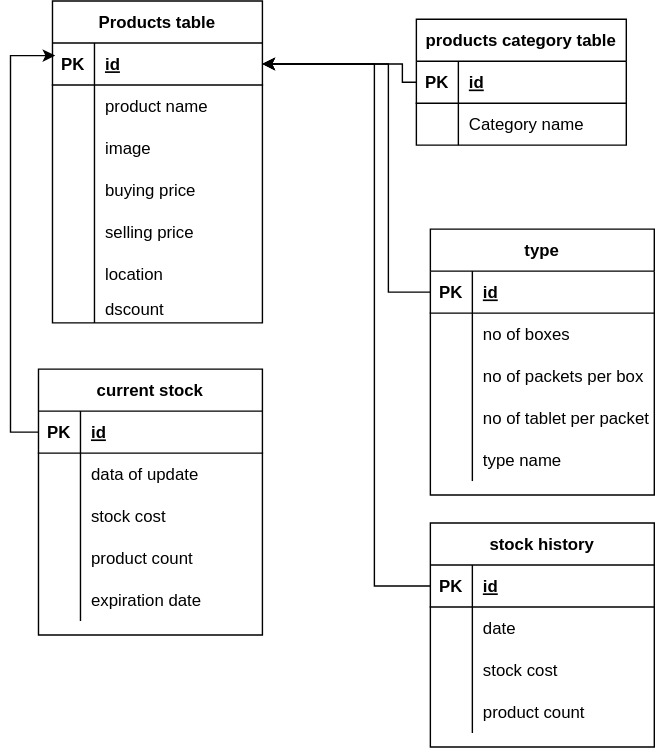
This is database-diagram/chemsalesDatabase.drawio.svg from Red-stevo/ChemistSystsemBackend, a draw.io export, as it was before one commit. Source tidied: cells renumbered, new cells last; positions are measured from the earlier drawing's top-left corner, leaving out a move shared by most shapes.
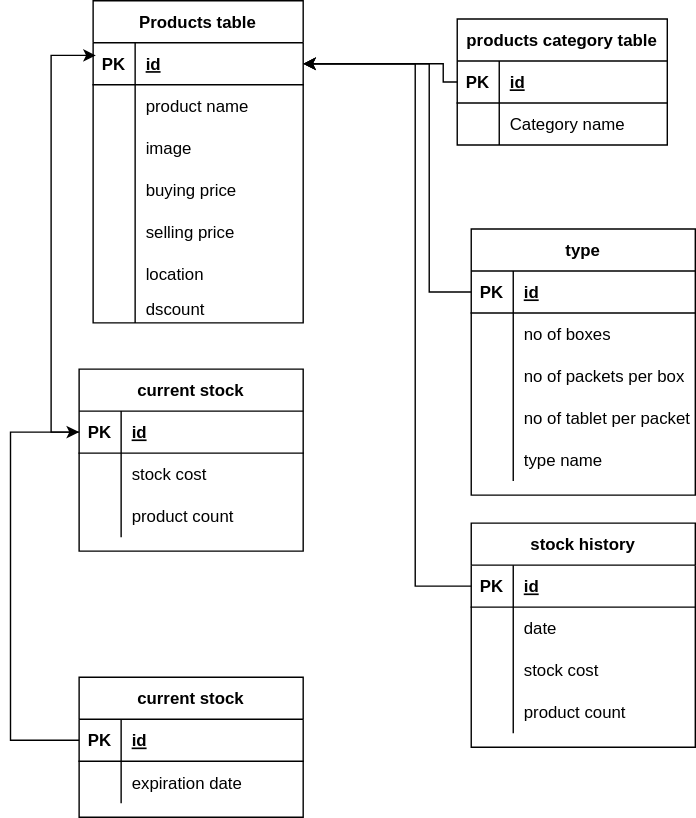
The same file after the commit.

What changed in the source:
```diff
@@ -154,7 +154,7 @@
       </mxGeometry>
     </mxCell>
     <mxCell id="49" value="current stock" style="shape=table;startSize=30;rowLines=0;fontStyle=1;align=center;" parent="1" vertex="1">
-      <mxGeometry y="263" width="160" height="190" as="geometry" />
+      <mxGeometry y="263" width="160" height="130" as="geometry" />
     </mxCell>
     <mxCell id="50" style="shape=partialRectangle;fillColor=none;points=[[0,0.5],[1,0.5]];portConstraint=eastwest;top=0;left=0;right=0;bottom=1;" parent="49" vertex="1">
       <mxGeometry y="30" width="160" height="30" as="geometry" />
@@ -165,17 +165,8 @@
     <mxCell id="52" value="id" style="shape=partialRectangle;overflow=hidden;fillColor=none;top=0;left=0;bottom=0;right=0;align=left;spacingLeft=6;fontStyle=5;" parent="50" vertex="1">
       <mxGeometry x="30" width="130" height="30" as="geometry" />
     </mxCell>
-    <mxCell id="53" style="shape=partialRectangle;fillColor=none;top=0;left=0;right=0;bottom=0;" parent="49" vertex="1">
-      <mxGeometry y="60" width="160" height="30" as="geometry" />
-    </mxCell>
-    <mxCell id="54" style="shape=partialRectangle;overflow=hidden;fillColor=none;top=0;left=0;bottom=0;right=0;" parent="53" vertex="1">
-      <mxGeometry width="30" height="30" as="geometry" />
-    </mxCell>
-    <mxCell id="55" value="data of update" style="shape=partialRectangle;overflow=hidden;fillColor=none;top=0;left=0;bottom=0;right=0;align=left;spacingLeft=6;" parent="53" vertex="1">
-      <mxGeometry x="30" width="130" height="30" as="geometry" />
-    </mxCell>
     <mxCell id="56" style="shape=partialRectangle;fillColor=none;top=0;left=0;right=0;bottom=0;" parent="49" vertex="1">
-      <mxGeometry y="90" width="160" height="30" as="geometry" />
+      <mxGeometry y="60" width="160" height="30" as="geometry" />
     </mxCell>
     <mxCell id="57" style="shape=partialRectangle;overflow=hidden;fillColor=none;top=0;left=0;bottom=0;right=0;" parent="56" vertex="1">
       <mxGeometry width="30" height="30" as="geometry" />
@@ -184,7 +175,7 @@
       <mxGeometry x="30" width="130" height="30" as="geometry" />
     </mxCell>
     <mxCell id="59" style="shape=partialRectangle;fillColor=none;top=0;left=0;right=0;bottom=0;" parent="49" vertex="1">
-      <mxGeometry y="120" width="160" height="30" as="geometry" />
+      <mxGeometry y="90" width="160" height="30" as="geometry" />
     </mxCell>
     <mxCell id="60" style="shape=partialRectangle;overflow=hidden;fillColor=none;top=0;left=0;bottom=0;right=0;" parent="59" vertex="1">
       <mxGeometry width="30" height="30" as="geometry" />
@@ -192,15 +183,6 @@
     <mxCell id="61" value="product count" style="shape=partialRectangle;overflow=hidden;fillColor=none;top=0;left=0;bottom=0;right=0;align=left;spacingLeft=6;" parent="59" vertex="1">
       <mxGeometry x="30" width="130" height="30" as="geometry" />
     </mxCell>
-    <mxCell id="62" style="shape=partialRectangle;fillColor=none;top=0;left=0;right=0;bottom=0;" parent="49" vertex="1">
-      <mxGeometry y="150" width="160" height="30" as="geometry" />
-    </mxCell>
-    <mxCell id="63" style="shape=partialRectangle;overflow=hidden;fillColor=none;top=0;left=0;bottom=0;right=0;" parent="62" vertex="1">
-      <mxGeometry width="30" height="30" as="geometry" />
-    </mxCell>
-    <mxCell id="64" value="expiration date" style="shape=partialRectangle;overflow=hidden;fillColor=none;top=0;left=0;bottom=0;right=0;align=left;spacingLeft=6;" parent="62" vertex="1">
-      <mxGeometry x="30" width="130" height="30" as="geometry" />
-    </mxCell>
     <mxCell id="65" style="edgeStyle=orthogonalEdgeStyle;rounded=0;jettySize=auto;html=1;exitX=0;exitY=0.5;exitDx=0;exitDy=0;entryX=0.013;entryY=0.3;entryDx=0;entryDy=0;entryPerimeter=0;" parent="1" edge="1" source="50" target="19">
       <mxGeometry relative="1" as="geometry" />
     </mxCell>
@@ -251,5 +233,34 @@
         </Array>
       </mxGeometry>
     </mxCell>
+    <mxCell id="80" value="current stock" style="shape=table;startSize=30;rowLines=0;fontStyle=1;align=center;" parent="1" vertex="1">
+      <mxGeometry y="483" width="160" height="100" as="geometry" />
+    </mxCell>
+    <mxCell id="81" style="shape=partialRectangle;fillColor=none;points=[[0,0.5],[1,0.5]];portConstraint=eastwest;top=0;left=0;right=0;bottom=1;" parent="80" vertex="1">
+      <mxGeometry y="30" width="160" height="30" as="geometry" />
+    </mxCell>
+    <mxCell id="82" value="PK" style="shape=partialRectangle;overflow=hidden;fillColor=none;top=0;left=0;bottom=0;right=0;fontStyle=1;" parent="81" vertex="1">
+      <mxGeometry width="30" height="30" as="geometry" />
+    </mxCell>
+    <mxCell id="83" value="id" style="shape=partialRectangle;overflow=hidden;fillColor=none;top=0;left=0;bottom=0;right=0;align=left;spacingLeft=6;fontStyle=5;" parent="81" vertex="1">
+      <mxGeometry x="30" width="130" height="30" as="geometry" />
+    </mxCell>
+    <mxCell id="53" style="shape=partialRectangle;fillColor=none;top=0;left=0;right=0;bottom=0;" parent="80" vertex="1">
+      <mxGeometry y="60" width="160" height="30" as="geometry" />
+    </mxCell>
+    <mxCell id="84" style="shape=partialRectangle;overflow=hidden;fillColor=none;top=0;left=0;bottom=0;right=0;" parent="53" vertex="1">
+      <mxGeometry width="30" height="30" as="geometry" />
+    </mxCell>
+    <mxCell id="64" value="expiration date" style="shape=partialRectangle;overflow=hidden;fillColor=none;top=0;left=0;bottom=0;right=0;align=left;spacingLeft=6;" parent="53" vertex="1">
+      <mxGeometry x="30" width="130" height="30" as="geometry" />
+    </mxCell>
+    <mxCell id="85" style="edgeStyle=orthogonalEdgeStyle;rounded=0;jettySize=auto;html=1;exitX=0;exitY=0.5;exitDx=0;exitDy=0;entryX=0;entryY=0.5;entryDx=0;entryDy=0;" parent="1" edge="1" source="81" target="50">
+      <mxGeometry relative="1" as="geometry">
+        <Array as="points">
+          <mxPoint x="-49" y="528" />
+          <mxPoint x="-49" y="308" />
+        </Array>
+      </mxGeometry>
+    </mxCell>
   </root>
 </mxGraphModel>
```
